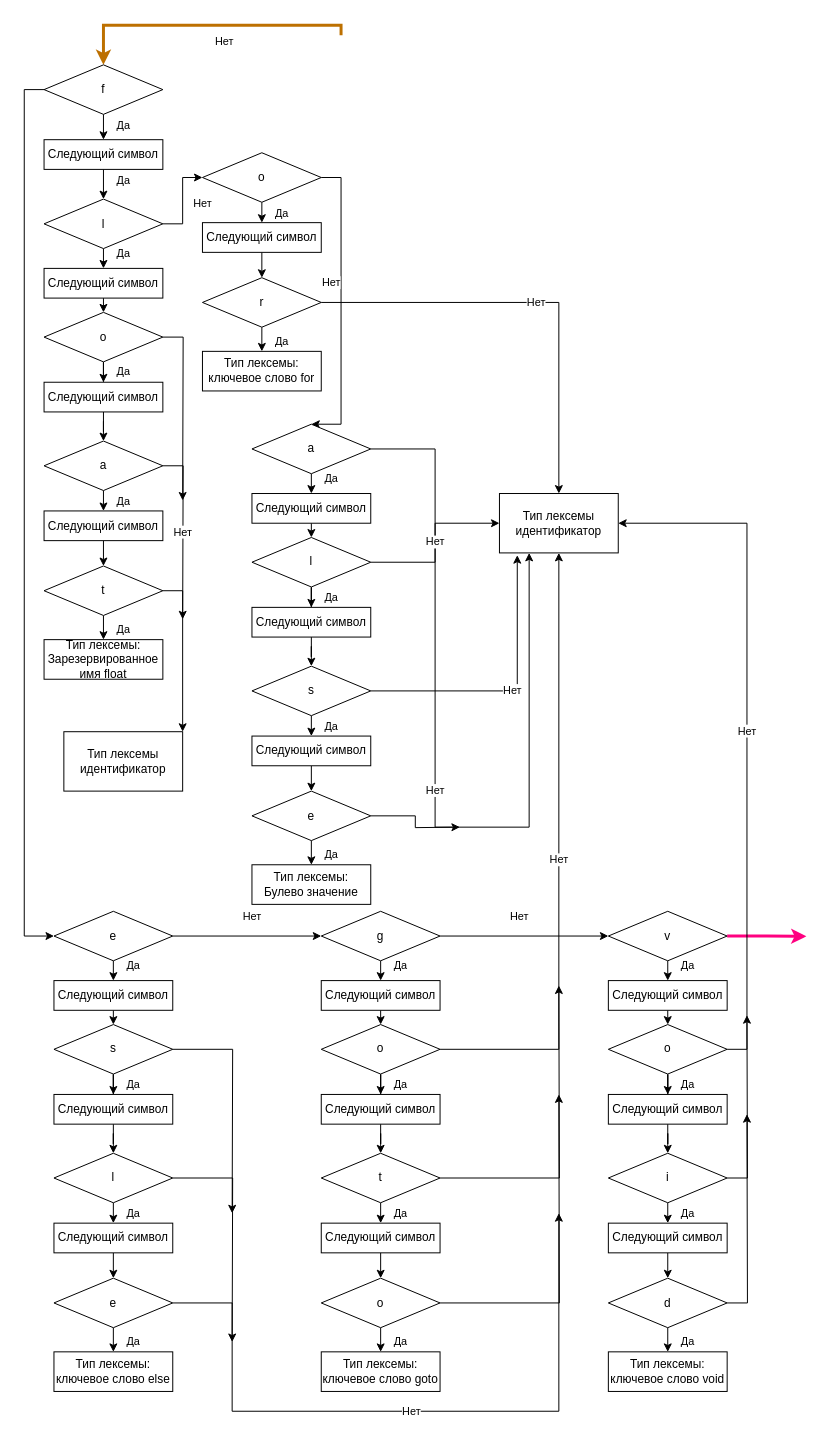
The draw.io diagram finally_automat4.drawio in DieNice/CourseTranslator, before the edit. Source tidied: cells renumbered, new cells numbered last; positions are measured from the earlier drawing's top-left corner, leaving out a move shared by most shapes. Both pictures are drawn from the tidied source at 99%, with x=0, y=0 at pixel (44, 25).
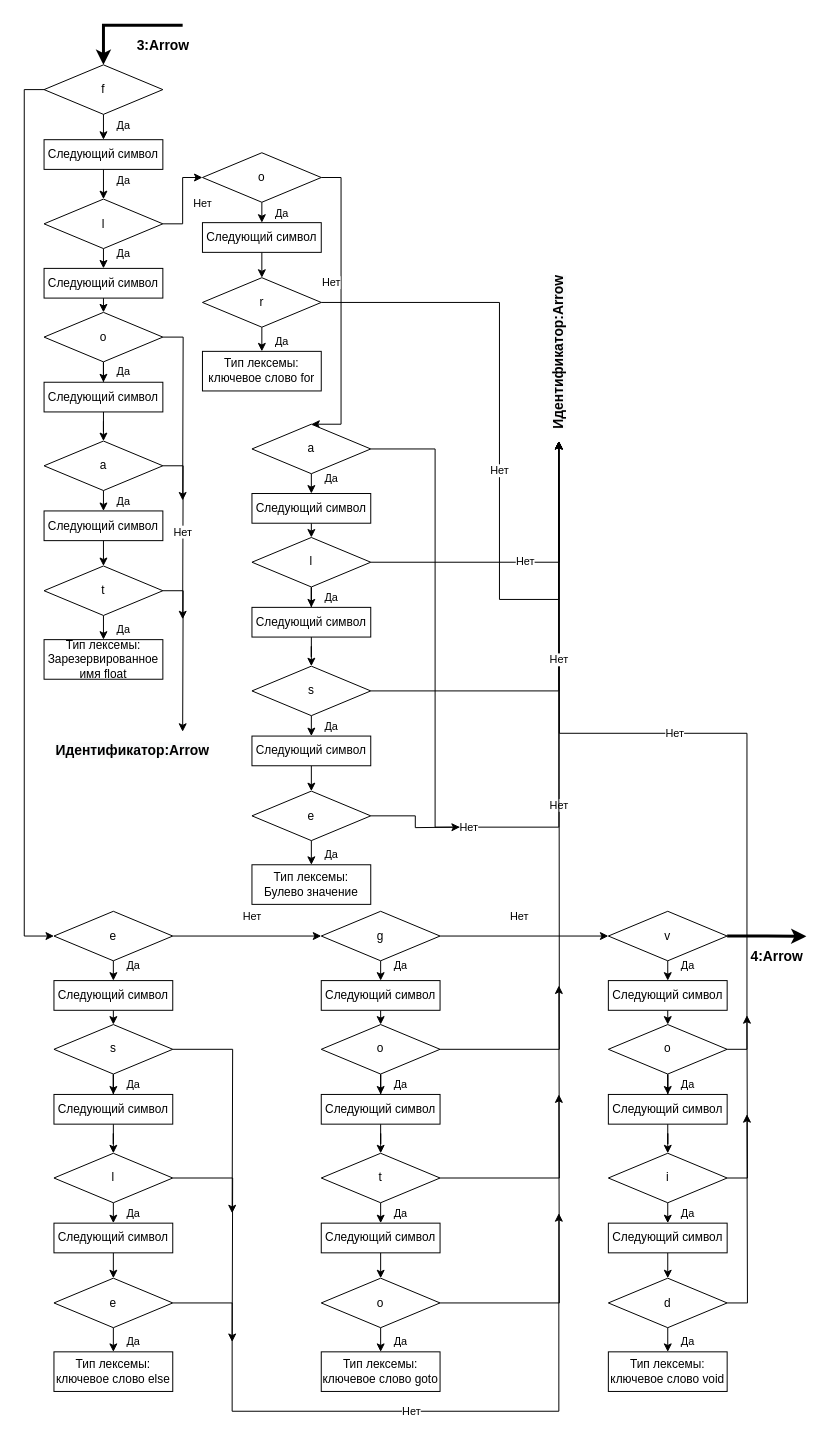
The same page after the edit.

Unchanged cells that the change refers to:
```xml
<mxCell id="5" value="f" style="rhombus;whiteSpace=wrap;html=1;" parent="1" vertex="1">
  <mxGeometry y="40" width="120" height="50" as="geometry" />
</mxCell>
<mxCell id="17" value="t" style="rhombus;whiteSpace=wrap;html=1;" parent="1" vertex="1">
  <mxGeometry y="546.2" width="120" height="50" as="geometry" />
</mxCell>
<mxCell id="33" value="r" style="rhombus;whiteSpace=wrap;html=1;" parent="1" vertex="1">
  <mxGeometry x="160" y="255" width="120" height="50" as="geometry" />
</mxCell>
<mxCell id="63" value="o" style="rhombus;whiteSpace=wrap;html=1;" parent="1" vertex="1">
  <mxGeometry x="280" y="1009.4" width="120" height="50" as="geometry" />
</mxCell>
<mxCell id="80" value="v" style="rhombus;whiteSpace=wrap;html=1;" parent="1" vertex="1">
  <mxGeometry x="570" y="895" width="120" height="50" as="geometry" />
</mxCell>
<mxCell id="83" value="o" style="rhombus;whiteSpace=wrap;html=1;" parent="1" vertex="1">
  <mxGeometry x="570" y="1009.4" width="120" height="50" as="geometry" />
</mxCell>
<mxCell id="100" value="a" style="rhombus;whiteSpace=wrap;html=1;" parent="1" vertex="1">
  <mxGeometry x="210" y="403" width="120" height="50" as="geometry" />
</mxCell>
<mxCell id="103" value="l" style="rhombus;whiteSpace=wrap;html=1;" parent="1" vertex="1">
  <mxGeometry x="210" y="517.4" width="120" height="50" as="geometry" />
</mxCell>
<mxCell id="106" value="s" style="rhombus;whiteSpace=wrap;html=1;" parent="1" vertex="1">
  <mxGeometry x="210" y="647.4" width="120" height="50" as="geometry" />
</mxCell>
```

What changed in the source:
```diff
@@
-    <mxCell id="2" value="Нет" style="edgeStyle=orthogonalEdgeStyle;rounded=0;jettySize=auto;html=1;entryX=0.5;entryY=0;entryDx=0;entryDy=0;strokeWidth=3;fillColor=#f0a30a;strokeColor=#BD7000;" parent="1" edge="1" target="5">
-      <mxGeometry x="-0.12" y="16" relative="1" as="geometry">
-        <mxPoint x="300" y="10" as="sourcePoint" />
+    <mxCell id="2" value="&lt;b style=&quot;color: rgb(0, 0, 0); font-family: helvetica; font-size: 14px; font-style: normal; letter-spacing: normal; text-align: center; text-indent: 0px; text-transform: none; word-spacing: 0px; background-color: rgb(255, 255, 255);&quot;&gt;3:Arrow&lt;/b&gt;" style="edgeStyle=orthogonalEdgeStyle;rounded=0;jettySize=auto;html=1;entryX=0.5;entryY=0;entryDx=0;entryDy=0;strokeWidth=3;fillColor=#f0a30a;" parent="1" edge="1" target="5">
+      <mxGeometry x="0.67" y="60" relative="1" as="geometry">
+        <mxPoint x="140" as="sourcePoint" />
         <Array as="points">
           <mxPoint x="60" />
         </Array>
       </mxGeometry>
     </mxCell>
@@
-    <mxCell id="16" style="edgeStyle=orthogonalEdgeStyle;rounded=0;jettySize=auto;html=1;exitX=1;exitY=0.5;exitDx=0;exitDy=0;entryX=1;entryY=0;entryDx=0;entryDy=0;strokeWidth=1;" parent="1" edge="1" source="17" target="119">
-      <mxGeometry relative="1" as="geometry" />
+    <mxCell id="16" style="edgeStyle=orthogonalEdgeStyle;rounded=0;jettySize=auto;html=1;exitX=1;exitY=0.5;exitDx=0;exitDy=0;entryX=1;entryY=0;entryDx=0;entryDy=0;strokeWidth=1;" parent="1" edge="1" source="17">
+      <mxGeometry relative="1" as="geometry">
+        <mxPoint x="140" y="713.6" as="targetPoint" />
+      </mxGeometry>
     </mxCell>
@@
-    <mxCell id="32" value="Нет" style="edgeStyle=orthogonalEdgeStyle;rounded=0;jettySize=auto;html=1;exitX=1;exitY=0.5;exitDx=0;exitDy=0;strokeWidth=1;" parent="1" edge="1" source="33" target="118">
-      <mxGeometry relative="1" as="geometry" />
+    <mxCell id="32" value="Нет" style="edgeStyle=orthogonalEdgeStyle;rounded=0;jettySize=auto;html=1;exitX=1;exitY=0.5;exitDx=0;exitDy=0;strokeWidth=1;" parent="1" edge="1" source="33">
+      <mxGeometry relative="1" as="geometry">
+        <mxPoint x="520" y="420" as="targetPoint" />
+        <Array as="points">
+          <mxPoint x="460" y="280" />
+          <mxPoint x="460" y="580" />
+          <mxPoint x="520" y="580" />
+        </Array>
+      </mxGeometry>
     </mxCell>
@@
-    <mxCell id="62" value="Нет" style="edgeStyle=orthogonalEdgeStyle;rounded=0;jettySize=auto;html=1;exitX=1;exitY=0.5;exitDx=0;exitDy=0;entryX=0.5;entryY=1;entryDx=0;entryDy=0;strokeWidth=1;" parent="1" edge="1" source="63" target="118">
-      <mxGeometry relative="1" as="geometry" />
+    <mxCell id="62" value="Нет" style="edgeStyle=orthogonalEdgeStyle;rounded=0;jettySize=auto;html=1;exitX=1;exitY=0.5;exitDx=0;exitDy=0;strokeWidth=1;" parent="1" edge="1" source="63">
+      <mxGeometry relative="1" as="geometry">
+        <mxPoint x="520" y="420" as="targetPoint" />
+      </mxGeometry>
     </mxCell>
@@
-    <mxCell id="79" style="edgeStyle=orthogonalEdgeStyle;rounded=0;jettySize=auto;html=1;exitX=1;exitY=0.5;exitDx=0;exitDy=0;strokeWidth=3;fillColor=#ffff88;strokeColor=#FF0080;" parent="1" edge="1" source="80">
-      <mxGeometry relative="1" as="geometry">
+    <mxCell id="79" value="&lt;b&gt;&lt;font style=&quot;font-size: 14px&quot;&gt;4:Arrow&lt;/font&gt;&lt;/b&gt;" style="edgeStyle=orthogonalEdgeStyle;rounded=0;jettySize=auto;html=1;exitX=1;exitY=0.5;exitDx=0;exitDy=0;strokeWidth=3;fillColor=#ffff88;" parent="1" edge="1" source="80">
+      <mxGeometry x="0.25" y="-20" relative="1" as="geometry">
         <mxPoint x="770" y="920.3" as="targetPoint" />
       </mxGeometry>
     </mxCell>
@@
-    <mxCell id="82" value="Нет" style="edgeStyle=orthogonalEdgeStyle;rounded=0;jettySize=auto;html=1;exitX=1;exitY=0.5;exitDx=0;exitDy=0;entryX=1;entryY=0.5;entryDx=0;entryDy=0;strokeWidth=1;" parent="1" edge="1" source="83" target="118">
-      <mxGeometry relative="1" as="geometry" />
+    <mxCell id="82" value="Нет" style="edgeStyle=orthogonalEdgeStyle;rounded=0;jettySize=auto;html=1;exitX=1;exitY=0.5;exitDx=0;exitDy=0;strokeWidth=1;" parent="1" edge="1" source="83">
+      <mxGeometry relative="1" as="geometry">
+        <mxPoint x="520" y="420" as="targetPoint" />
+      </mxGeometry>
     </mxCell>
@@
-    <mxCell id="99" value="Нет" style="edgeStyle=orthogonalEdgeStyle;rounded=0;jettySize=auto;html=1;exitX=1;exitY=0.5;exitDx=0;exitDy=0;entryX=0.25;entryY=1;entryDx=0;entryDy=0;strokeWidth=1;" parent="1" edge="1" source="100" target="118">
+    <mxCell id="99" value="Нет" style="edgeStyle=orthogonalEdgeStyle;rounded=0;jettySize=auto;html=1;exitX=1;exitY=0.5;exitDx=0;exitDy=0;strokeWidth=1;" parent="1" edge="1" source="100">
       <mxGeometry relative="1" as="geometry">
+        <mxPoint x="520" y="420" as="targetPoint" />
         <Array as="points">
           <mxPoint x="395" y="428" />
           <mxPoint x="395" y="810" />
-          <mxPoint x="490" y="810" />
+          <mxPoint x="520" y="810" />
+          <mxPoint x="520" y="533" />
         </Array>
       </mxGeometry>
     </mxCell>
@@
-    <mxCell id="102" value="Нет" style="edgeStyle=orthogonalEdgeStyle;rounded=0;jettySize=auto;html=1;exitX=1;exitY=0.5;exitDx=0;exitDy=0;entryX=0;entryY=0.5;entryDx=0;entryDy=0;strokeWidth=1;" parent="1" edge="1" source="103" target="118">
-      <mxGeometry relative="1" as="geometry" />
+    <mxCell id="102" value="Нет" style="edgeStyle=orthogonalEdgeStyle;rounded=0;jettySize=auto;html=1;exitX=1;exitY=0.5;exitDx=0;exitDy=0;strokeWidth=1;" parent="1" edge="1" source="103">
+      <mxGeometry relative="1" as="geometry">
+        <mxPoint x="520" y="420" as="targetPoint" />
+      </mxGeometry>
     </mxCell>
@@
-    <mxCell id="105" value="Нет" style="edgeStyle=orthogonalEdgeStyle;rounded=0;jettySize=auto;html=1;exitX=1;exitY=0.5;exitDx=0;exitDy=0;entryX=0.15;entryY=1.039;entryDx=0;entryDy=0;entryPerimeter=0;strokeWidth=1;" parent="1" edge="1" source="106" target="118">
-      <mxGeometry relative="1" as="geometry" />
+    <mxCell id="105" value="Нет" style="edgeStyle=orthogonalEdgeStyle;rounded=0;jettySize=auto;html=1;exitX=1;exitY=0.5;exitDx=0;exitDy=0;strokeWidth=1;" parent="1" edge="1" source="106">
+      <mxGeometry relative="1" as="geometry">
+        <mxPoint x="520" y="420" as="targetPoint" />
+        <Array as="points">
+          <mxPoint x="520" y="672" />
+        </Array>
+      </mxGeometry>
     </mxCell>
@@
-    <mxCell id="118" value="Тип лексемы идентификатор" style="rounded=0;whiteSpace=wrap;html=1;" parent="1" vertex="1">
-      <mxGeometry x="460" y="473" width="120" height="60" as="geometry" />
-    </mxCell>
-    <mxCell id="119" value="Тип лексемы идентификатор" style="rounded=0;whiteSpace=wrap;html=1;" parent="1" vertex="1">
-      <mxGeometry x="20" y="713.6" width="120" height="60" as="geometry" />
-    </mxCell>
+    <mxCell id="120" value="&lt;b style=&quot;color: rgb(0, 0, 0); font-family: helvetica; font-size: 14px; font-style: normal; letter-spacing: normal; text-align: center; text-indent: 0px; text-transform: none; word-spacing: 0px; background-color: rgb(248, 249, 250);&quot;&gt;Идентификатор:Arrow&lt;/b&gt;" style="text;whiteSpace=wrap;html=1;" parent="1" vertex="1">
+      <mxGeometry x="10" y="718" width="180" height="30" as="geometry" />
+    </mxCell>
+    <mxCell id="121" value="&lt;b style=&quot;color: rgb(0, 0, 0); font-family: helvetica; font-size: 14px; font-style: normal; letter-spacing: normal; text-align: center; text-indent: 0px; text-transform: none; word-spacing: 0px; background-color: rgb(248, 249, 250);&quot;&gt;Идентификатор:Arrow&lt;/b&gt;" style="text;whiteSpace=wrap;html=1;rotation=-90;" parent="1" vertex="1">
+      <mxGeometry x="430" y="305" width="180" height="30" as="geometry" />
+    </mxCell>
```
